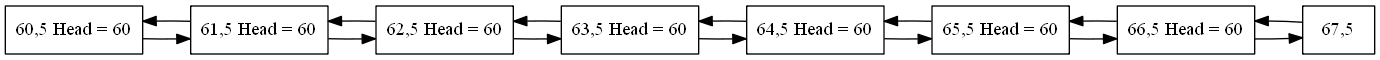
Above: SnakeReport.png in olgt/EDD_1S2019_P1_201612341 (Graphviz), before the change. Its source is kept beside it as SnakeReport.dot.
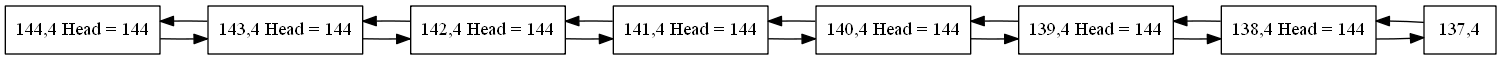
Later version of the same file.

What changed in the source:
```diff
@@ -1,26 +1,26 @@
 digraph firstGraph{
 node [shape = record];
 rankdir=LR;
-node0 [label=" 60,5 Head = 60 "];
+node0 [label=" 144,4 Head = 144 "];
 node0 -> node1;
 node1 -> node0;
-node1 [label=" 61,5 Head = 60 "];
+node1 [label=" 143,4 Head = 144 "];
 node1 -> node2;
 node2 -> node1;
-node2 [label=" 62,5 Head = 60 "];
+node2 [label=" 142,4 Head = 144 "];
 node2 -> node3;
 node3 -> node2;
-node3 [label=" 63,5 Head = 60 "];
+node3 [label=" 141,4 Head = 144 "];
 node3 -> node4;
 node4 -> node3;
-node4 [label=" 64,5 Head = 60 "];
+node4 [label=" 140,4 Head = 144 "];
 node4 -> node5;
 node5 -> node4;
-node5 [label=" 65,5 Head = 60 "];
+node5 [label=" 139,4 Head = 144 "];
 node5 -> node6;
 node6 -> node5;
-node6 [label=" 66,5 Head = 60 "];
+node6 [label=" 138,4 Head = 144 "];
 node6 -> node7;
 node7 -> node6;
-node7 [label=" 67,5 "];
+node7 [label=" 137,4 "];
 }
```
